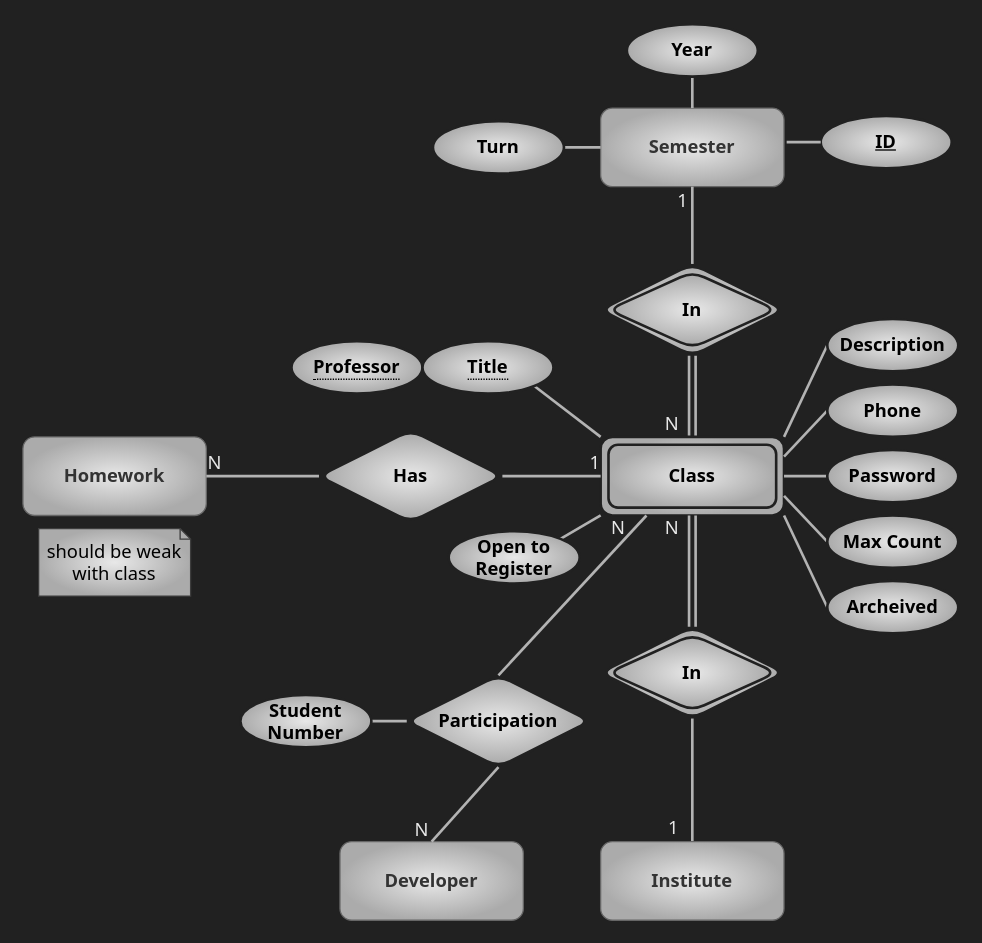
This is page "education" (5 of 5) of er.drawio from kntu-db/quera-db, a draw.io file, before an edit. Source tidied: cells renumbered, new cells numbered last; positions are measured from the earlier drawing's top-left corner, leaving out a move shared by most shapes. Both pictures are drawn from the tidied source at 131%, with x=0, y=0 at pixel (22, 24).
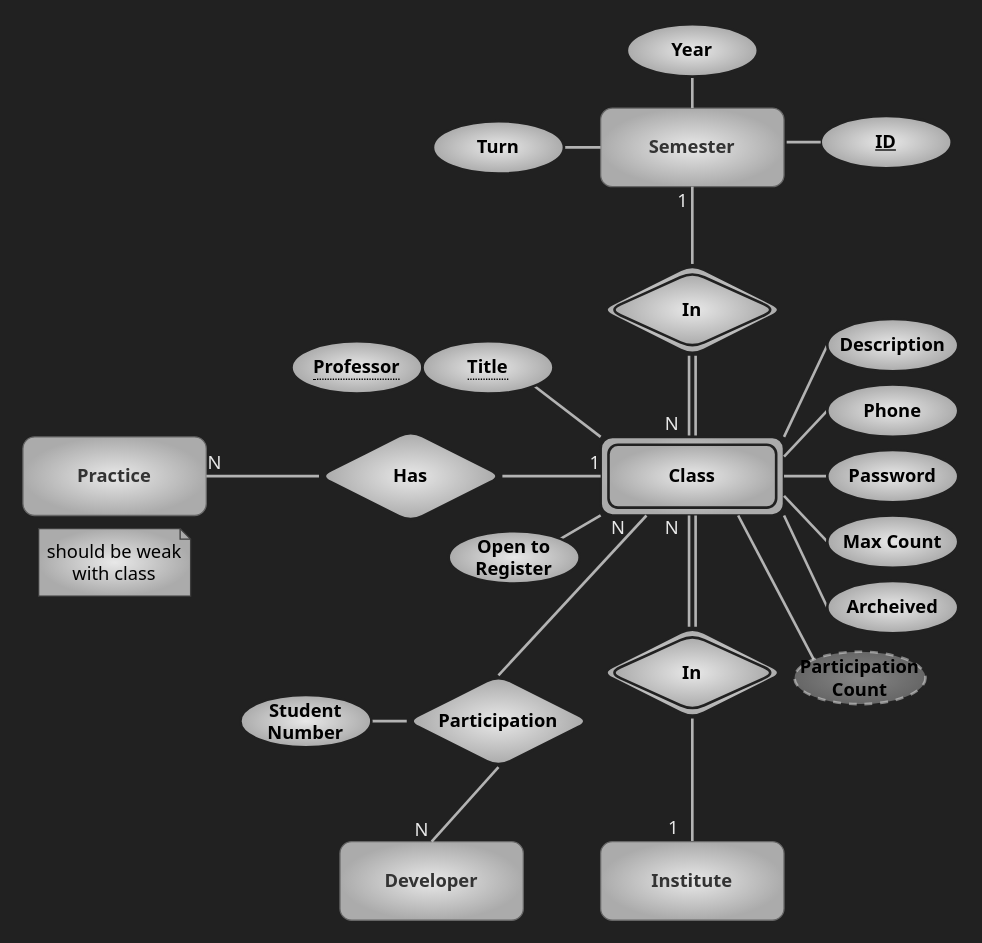
The same diagram, later.

The change refers to these unchanged cells:
```xml
<mxCell id="11" value="Class" style="shape=ext;margin=3;double=1;whiteSpace=wrap;html=1;align=center;rounded=1;labelBackgroundColor=none;fontFamily=Tahoma;fontSize=14;fontColor=#000000;fillColor=#E8E8E8;gradientColor=#ABABAB;gradientDirection=radial;fontStyle=1;strokeColor=#212121;strokeWidth=2;glass=0;" parent="1" vertex="1">
  <mxGeometry x="441" y="315" width="140" height="60" as="geometry" />
</mxCell>
```

Change to the diagram source:
```diff
@@
-    <mxCell id="37" value="Homework" style="whiteSpace=wrap;html=1;align=center;fontFamily=Tahoma;rounded=1;fillColor=#E8E8E8;strokeColor=#666666;fontColor=#333333;gradientColor=#ABABAB;gradientDirection=radial;fontSize=14;labelBackgroundColor=none;fontStyle=1;" parent="1" vertex="1">
+    <mxCell id="37" value="Practice" style="whiteSpace=wrap;html=1;align=center;fontFamily=Tahoma;rounded=1;fillColor=#E8E8E8;strokeColor=#666666;fontColor=#333333;gradientColor=#ABABAB;gradientDirection=radial;fontSize=14;labelBackgroundColor=none;fontStyle=1;" parent="1" vertex="1">
       <mxGeometry y="315" width="140" height="60" as="geometry" />
     </mxCell>
@@
+    <mxCell id="51" style="edgeStyle=none;html=1;exitX=0;exitY=0;exitDx=0;exitDy=0;entryX=0.75;entryY=1;entryDx=0;entryDy=0;endArrow=none;endFill=0;strokeColor=#B3B3B3;strokeWidth=2;" parent="1" edge="1" source="52" target="11">
+      <mxGeometry relative="1" as="geometry" />
+    </mxCell>
+    <mxCell id="52" value="Participation Count" style="ellipse;whiteSpace=wrap;html=1;align=center;dashed=1;rounded=1;labelBackgroundColor=none;fontFamily=Tahoma;fontSize=14;fontColor=#000000;strokeColor=#e8e8e8;strokeWidth=2;fillColor=#E8E8E8;gradientColor=#ABABAB;gradientDirection=radial;perimeterSpacing=0;fontStyle=1;labelBorderColor=none;shadow=0;opacity=50;" parent="1" vertex="1">
+      <mxGeometry x="589" y="479" width="100" height="40" as="geometry" />
+    </mxCell>
```
